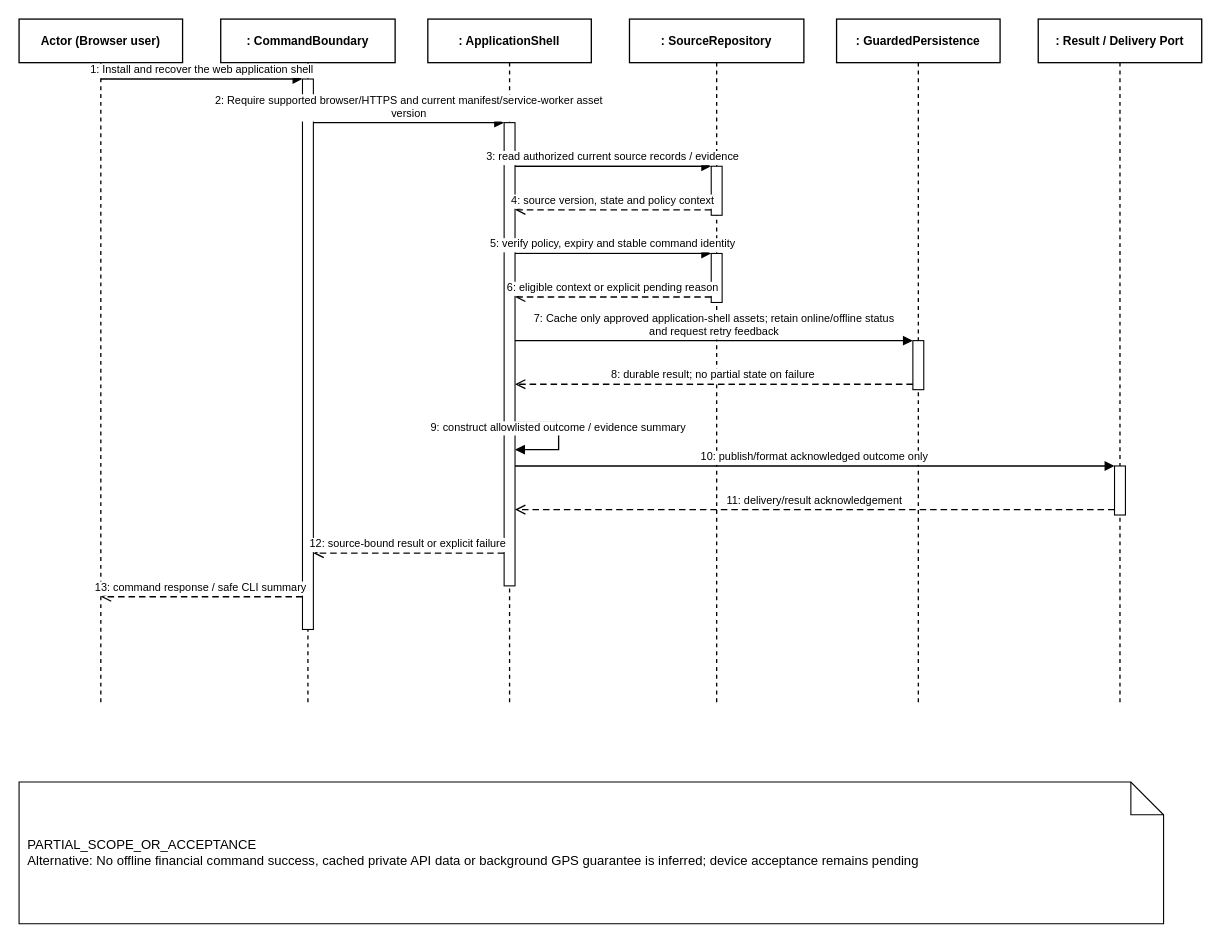
Earlier version of the draw.io diagram doc/reports/report4/sequence/pwa-01.drawio (ngocthanhhx7/SEP490_G101_FALL2026). Source tidied: cells renumbered, new cells numbered last; positions are measured from the earlier drawing's top-left corner, leaving out a move shared by most shapes. Both pictures are drawn from the tidied source at 109%, with x=0, y=0 at pixel (19, 19).
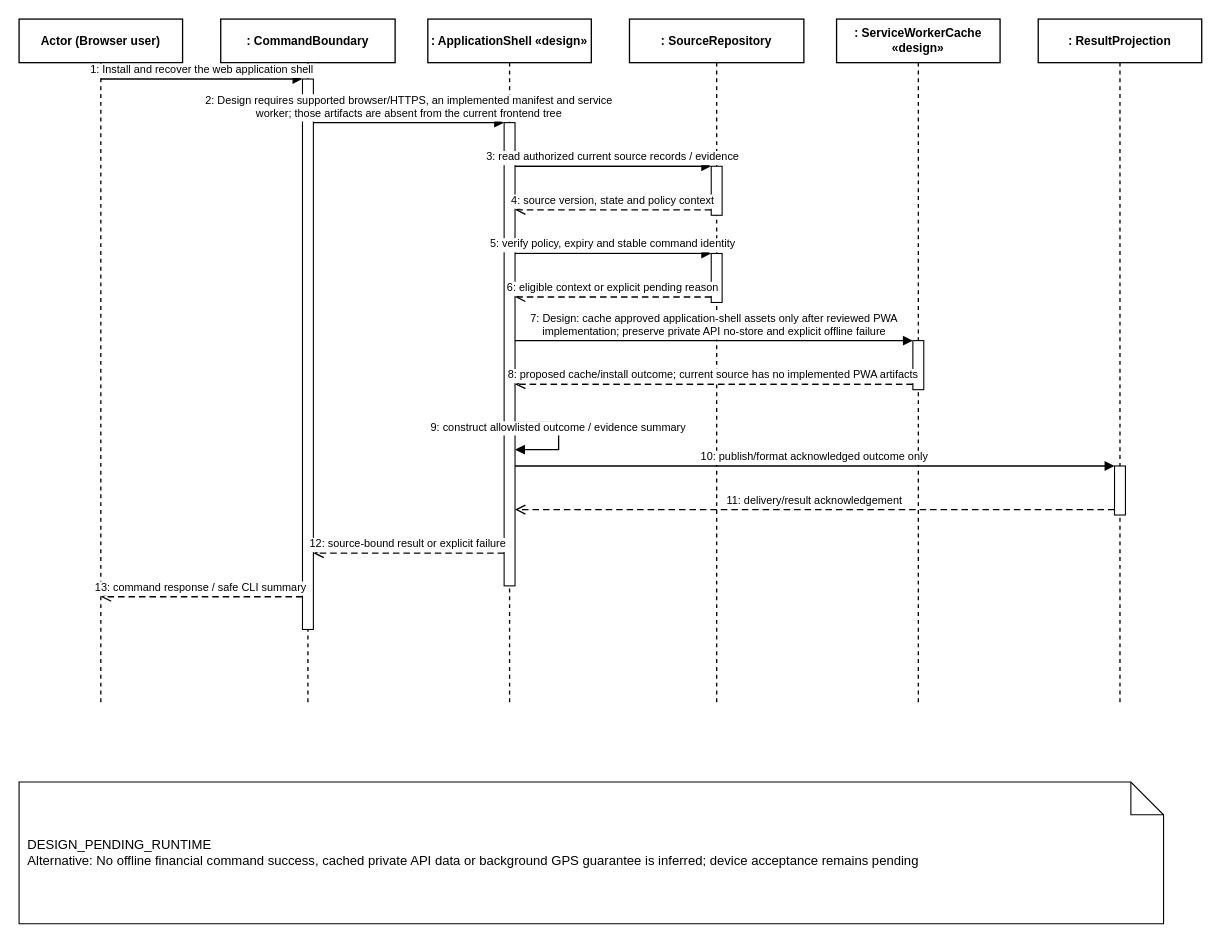
After the change.

Diff of the diagram source:
```diff
@@
-    <mxCell id="4" value=": ApplicationShell" style="shape=umlLifeline;perimeter=lifelinePerimeter;whiteSpace=wrap;html=0;size=40;fillColor=#FFFFFF;strokeColor=#000000;strokeWidth=1.2;fontStyle=1;fontSize=11;align=center;" parent="1" vertex="1">
+    <mxCell id="4" value=": ApplicationShell «design»" style="shape=umlLifeline;perimeter=lifelinePerimeter;whiteSpace=wrap;html=0;size=40;fillColor=#FFFFFF;strokeColor=#000000;strokeWidth=1.2;fontStyle=1;fontSize=11;align=center;" parent="1" vertex="1">
       <mxGeometry x="375" width="150" height="630" as="geometry" />
     </mxCell>
@@
-    <mxCell id="6" value=": GuardedPersistence" style="shape=umlLifeline;perimeter=lifelinePerimeter;whiteSpace=wrap;html=0;size=40;fillColor=#FFFFFF;strokeColor=#000000;strokeWidth=1.2;fontStyle=1;fontSize=11;align=center;" parent="1" vertex="1">
+    <mxCell id="6" value=": ServiceWorkerCache «design»" style="shape=umlLifeline;perimeter=lifelinePerimeter;whiteSpace=wrap;html=0;size=40;fillColor=#FFFFFF;strokeColor=#000000;strokeWidth=1.2;fontStyle=1;fontSize=11;align=center;" parent="1" vertex="1">
       <mxGeometry x="750" width="150" height="630" as="geometry" />
     </mxCell>
-    <mxCell id="7" value=": Result / Delivery Port" style="shape=umlLifeline;perimeter=lifelinePerimeter;whiteSpace=wrap;html=0;size=40;fillColor=#FFFFFF;strokeColor=#000000;strokeWidth=1.2;fontStyle=1;fontSize=11;align=center;" parent="1" vertex="1">
+    <mxCell id="7" value=": ResultProjection" style="shape=umlLifeline;perimeter=lifelinePerimeter;whiteSpace=wrap;html=0;size=40;fillColor=#FFFFFF;strokeColor=#000000;strokeWidth=1.2;fontStyle=1;fontSize=11;align=center;" parent="1" vertex="1">
       <mxGeometry x="935" width="150" height="630" as="geometry" />
     </mxCell>
@@
-    <mxCell id="15" value="2: Require supported browser/HTTPS and current manifest/service-worker asset&#10;version" style="html=0;verticalAlign=bottom;endArrow=block;endFill=1;strokeColor=#000000;strokeWidth=1.2;fontSize=10;fontColor=#000000;edgeStyle=orthogonalEdgeStyle;rounded=0;" parent="1" edge="1">
+    <mxCell id="15" value="2: Design requires supported browser/HTTPS, an implemented manifest and service&#10;worker; those artifacts are absent from the current frontend tree" style="html=0;verticalAlign=bottom;endArrow=block;endFill=1;strokeColor=#000000;strokeWidth=1.2;fontSize=10;fontColor=#000000;edgeStyle=orthogonalEdgeStyle;rounded=0;" parent="1" edge="1">
       <mxGeometry relative="1" as="geometry">
         <mxPoint x="270" y="95" as="sourcePoint" />
         <mxPoint x="445" y="95" as="targetPoint" />
       </mxGeometry>
     </mxCell>
@@
-    <mxCell id="20" value="7: Cache only approved application-shell assets; retain online/offline status&#10;and request retry feedback" style="html=0;verticalAlign=bottom;endArrow=block;endFill=1;strokeColor=#000000;strokeWidth=1.2;fontSize=10;fontColor=#000000;edgeStyle=orthogonalEdgeStyle;rounded=0;" parent="1" edge="1">
+    <mxCell id="20" value="7: Design: cache approved application-shell assets only after reviewed PWA&#10;implementation; preserve private API no-store and explicit offline failure" style="html=0;verticalAlign=bottom;endArrow=block;endFill=1;strokeColor=#000000;strokeWidth=1.2;fontSize=10;fontColor=#000000;edgeStyle=orthogonalEdgeStyle;rounded=0;" parent="1" edge="1">
       <mxGeometry relative="1" as="geometry">
         <mxPoint x="455" y="295" as="sourcePoint" />
         <mxPoint x="820" y="295" as="targetPoint" />
       </mxGeometry>
     </mxCell>
-    <mxCell id="21" value="8: durable result; no partial state on failure" style="html=0;verticalAlign=bottom;endArrow=open;endSize=7;dashed=1;dashPattern=5 3;strokeColor=#000000;strokeWidth=1.2;fontSize=10;fontColor=#000000;edgeStyle=orthogonalEdgeStyle;rounded=0;" parent="1" edge="1">
+    <mxCell id="21" value="8: proposed cache/install outcome; current source has no implemented PWA artifacts" style="html=0;verticalAlign=bottom;endArrow=open;endSize=7;dashed=1;dashPattern=5 3;strokeColor=#000000;strokeWidth=1.2;fontSize=10;fontColor=#000000;edgeStyle=orthogonalEdgeStyle;rounded=0;" parent="1" edge="1">
       <mxGeometry relative="1" as="geometry">
         <mxPoint x="820" y="335" as="sourcePoint" />
         <mxPoint x="455" y="335" as="targetPoint" />
       </mxGeometry>
     </mxCell>
@@
-    <mxCell id="27" value="PARTIAL_SCOPE_OR_ACCEPTANCE&#10;Alternative: No offline financial command success, cached private API data or background GPS guarantee is inferred; device acceptance remains pending" style="shape=note;whiteSpace=wrap;html=0;fontSize=12;align=left;spacing=8;" parent="1" vertex="1">
+    <mxCell id="27" value="DESIGN_PENDING_RUNTIME&#10;Alternative: No offline financial command success, cached private API data or background GPS guarantee is inferred; device acceptance remains pending" style="shape=note;whiteSpace=wrap;html=0;fontSize=12;align=left;spacing=8;" parent="1" vertex="1">
       <mxGeometry y="700" width="1050" height="130" as="geometry" />
     </mxCell>
```
